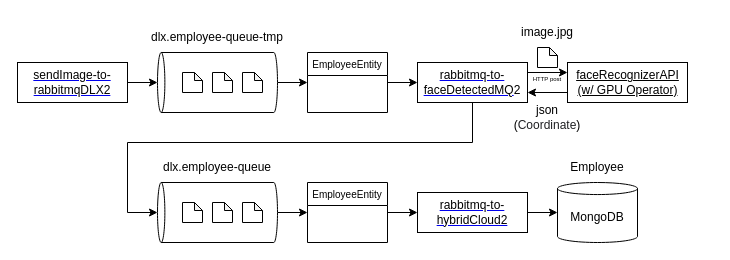
Before: rabbitMQ_KEDA_Csharp2/rabbitMQ.drawio in developer-onizuka/Diagrams, a draw.io diagram. Source tidied: cells renumbered, new cells numbered last; positions are measured from the earlier drawing's top-left corner, leaving out a move shared by most shapes. Both pictures are drawn from the tidied source at 100%, with x=0, y=0 at pixel (17, 17).
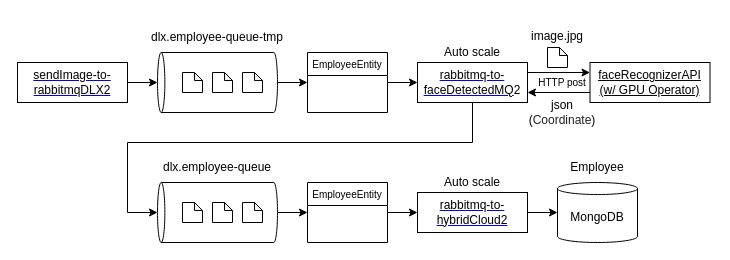
The same page after the edit.

Diff of the diagram source:
```diff
@@
     <mxCell id="3" style="rounded=0;whiteSpace=wrap;html=1;" parent="1" vertex="1">
-      <mxGeometry x="550" y="45" width="120" height="40" as="geometry" />
+      <mxGeometry x="572.5" y="45" width="120" height="40" as="geometry" />
     </mxCell>
@@
     <mxCell id="33" value="&lt;u&gt;faceRecognizerAPI&lt;br&gt;(w/ GPU Operator)&lt;br&gt;&lt;/u&gt;" style="text;html=1;strokeColor=none;fillColor=none;align=center;verticalAlign=middle;whiteSpace=wrap;rounded=0;" parent="1" vertex="1">
-      <mxGeometry x="547.5" y="33.8" width="125" height="62.5" as="geometry" />
+      <mxGeometry x="570" y="33.8" width="125" height="62.5" as="geometry" />
     </mxCell>
     <mxCell id="34" style="shape=note;whiteSpace=wrap;html=1;backgroundOutline=1;darkOpacity=0.05;size=8;" parent="1" vertex="1">
-      <mxGeometry x="520" y="30" width="20" height="20" as="geometry" />
+      <mxGeometry x="530" y="30" width="20" height="20" as="geometry" />
     </mxCell>
     <mxCell id="35" value="image.jpg" style="text;html=1;strokeColor=none;fillColor=none;align=center;verticalAlign=middle;whiteSpace=wrap;rounded=0;fontSize=12;fontColor=#000000;" parent="1" vertex="1">
-      <mxGeometry x="490" width="80" height="30" as="geometry" />
+      <mxGeometry x="500" y="3.8" width="80" height="30" as="geometry" />
     </mxCell>
     <mxCell id="36" value="json&lt;br&gt;&lt;font style=&quot;font-size: 12px;&quot;&gt;(&lt;span style=&quot;color: rgb(32, 33, 36); font-family: inherit; text-align: left; background-color: initial;&quot;&gt;Coordinate&lt;/span&gt;&lt;span style=&quot;background-color: initial;&quot;&gt;)&lt;/span&gt;&lt;/font&gt;" style="text;html=1;strokeColor=none;fillColor=none;align=center;verticalAlign=middle;whiteSpace=wrap;rounded=0;fontSize=12;fontColor=#000000;" parent="1" vertex="1">
-      <mxGeometry x="490" y="85" width="80" height="30" as="geometry" />
+      <mxGeometry x="505" y="80" width="80" height="30" as="geometry" />
     </mxCell>
-    <mxCell id="37" value="&lt;font style=&quot;font-size: 6px;&quot;&gt;HTTP post&lt;/font&gt;" style="text;html=1;strokeColor=none;fillColor=none;align=center;verticalAlign=middle;whiteSpace=wrap;rounded=0;fontSize=12;fontColor=#000000;" parent="1" vertex="1">
-      <mxGeometry x="490" y="45" width="80" height="30" as="geometry" />
+    <mxCell id="37" value="&lt;font style=&quot;font-size: 10px;&quot;&gt;HTTP post&lt;/font&gt;" style="text;html=1;strokeColor=none;fillColor=none;align=center;verticalAlign=middle;whiteSpace=wrap;rounded=0;fontSize=12;fontColor=#000000;" parent="1" vertex="1">
+      <mxGeometry x="505" y="50" width="80" height="30" as="geometry" />
     </mxCell>
+    <mxCell id="38" value="Auto scale" style="text;html=1;strokeColor=none;fillColor=none;align=center;verticalAlign=middle;whiteSpace=wrap;rounded=0;fontSize=12;fontColor=#000000;" parent="1" vertex="1">
+      <mxGeometry x="415" y="20" width="80" height="30" as="geometry" />
+    </mxCell>
+    <mxCell id="39" value="Auto scale" style="text;html=1;strokeColor=none;fillColor=none;align=center;verticalAlign=middle;whiteSpace=wrap;rounded=0;fontSize=12;fontColor=#000000;" parent="1" vertex="1">
+      <mxGeometry x="415" y="150" width="80" height="30" as="geometry" />
+    </mxCell>
```
